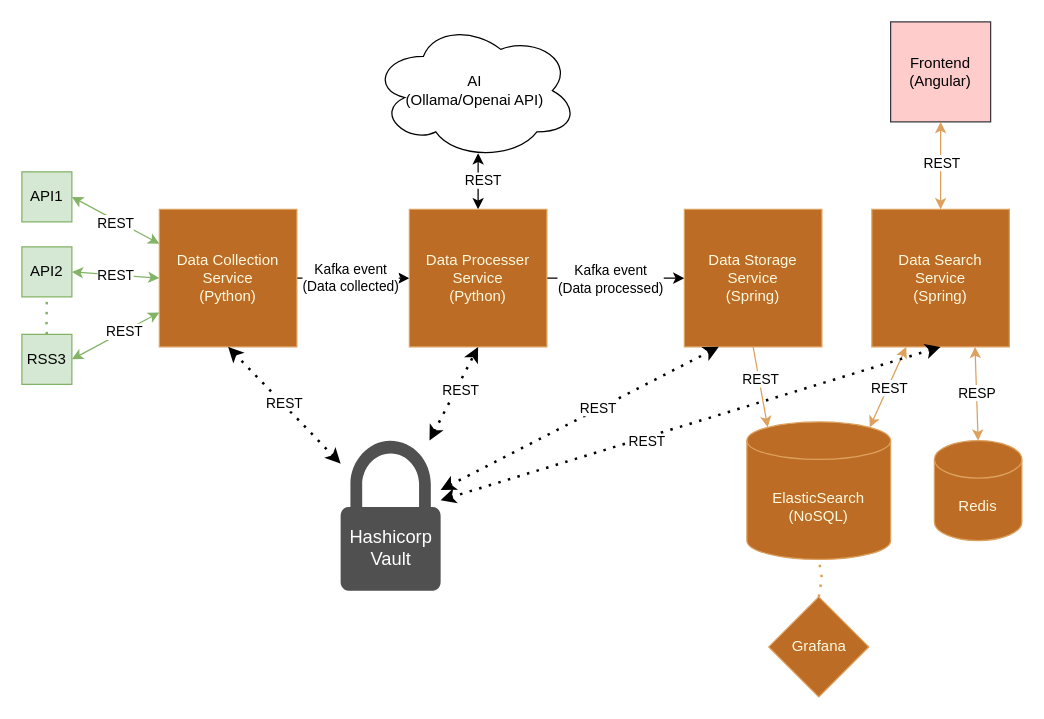
The draw.io diagram ProjectArchitecture.drawio in CzumperBirds/CzumperSearch, before the edit. Source tidied: cells renumbered, new cells numbered last; positions are measured from the earlier drawing's top-left corner, leaving out a move shared by most shapes. Both pictures are drawn from the tidied source at 125%, with x=0, y=0 at pixel (21, 21).
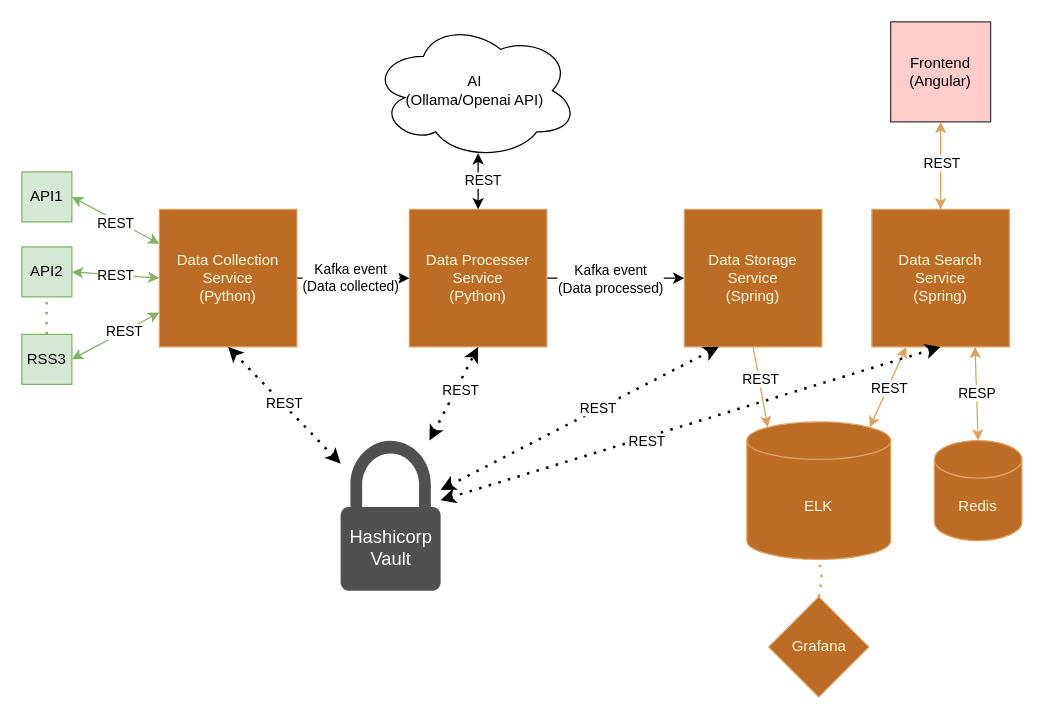
After the change.

What changed in the source:
```diff
@@
-    <mxCell id="20" value="ElasticSearch&lt;div&gt;(NoSQL)&lt;/div&gt;" style="shape=cylinder3;whiteSpace=wrap;html=1;boundedLbl=1;backgroundOutline=1;size=15;strokeColor=#DDA15E;fontColor=#FEFAE0;fillColor=#BC6C25;" parent="1" vertex="1">
+    <mxCell id="20" value="ELK" style="shape=cylinder3;whiteSpace=wrap;html=1;boundedLbl=1;backgroundOutline=1;size=15;strokeColor=#DDA15E;fontColor=#FEFAE0;fillColor=#BC6C25;" parent="1" vertex="1">
       <mxGeometry x="580" y="320" width="115" height="110" as="geometry" />
     </mxCell>
```
